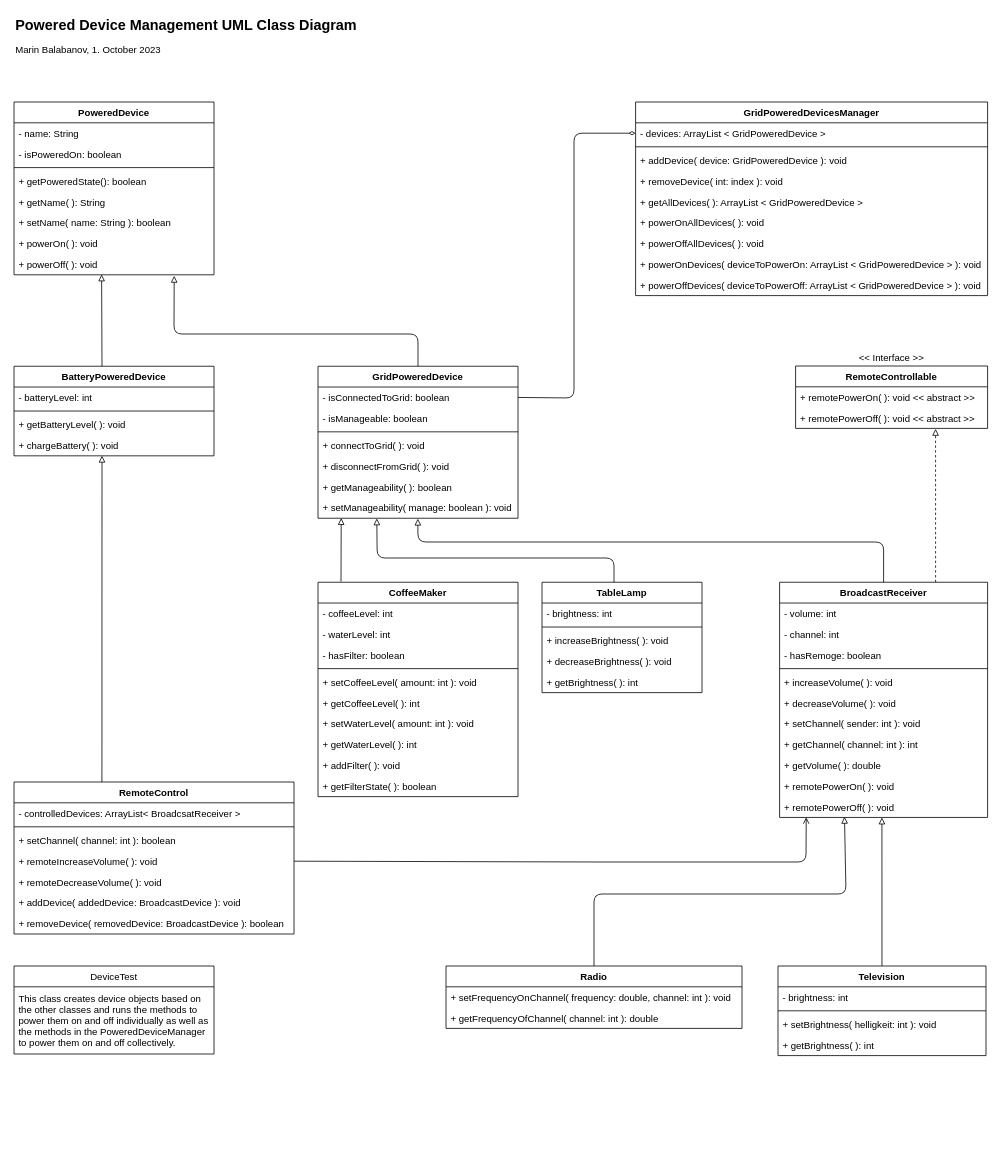
Earlier version of the draw.io diagram DevicesUML.drawio (mbalabanov/Devices). Source tidied: cells renumbered, new cells numbered last; positions are measured from the earlier drawing's top-left corner, leaving out a move shared by most shapes. Both pictures are drawn from the tidied source at 80%, with x=0, y=0 at pixel (14, 14).
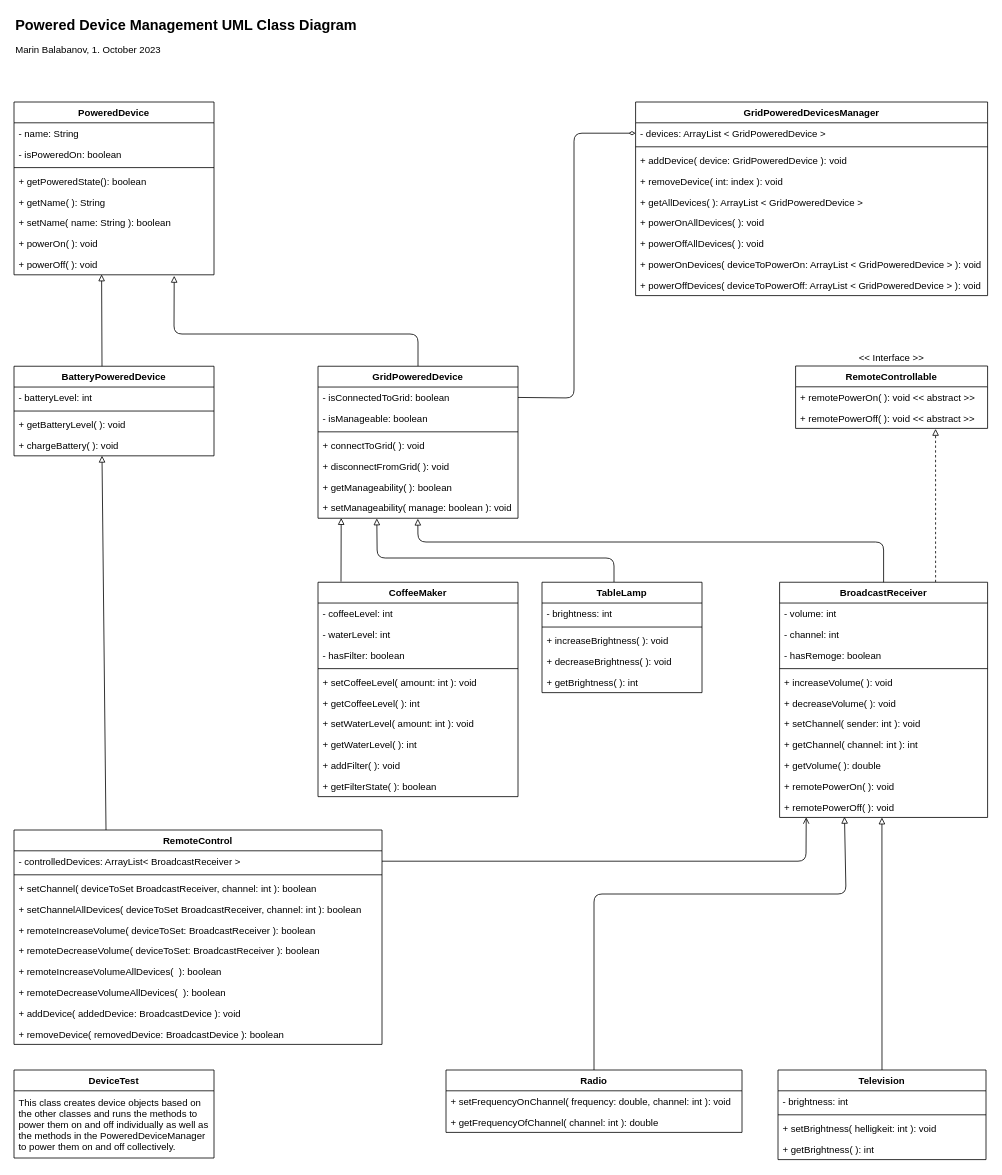
The same page after the edit.

Commit message (it also covers changes not shown here):
Adapts diagram

The change refers to these unchanged cells:
```xml
<mxCell id="33" value="+ remotePowerOff( ): void" style="text;strokeColor=none;fillColor=none;align=left;verticalAlign=top;spacingLeft=4;spacingRight=4;overflow=hidden;points=[[0,0.5],[1,0.5]];portConstraint=eastwest;" parent="22" vertex="1">
  <mxGeometry y="268" width="260" height="26" as="geometry" />
</mxCell>
<mxCell id="95" value="+ chargeBattery( ): void" style="text;strokeColor=none;fillColor=none;align=left;verticalAlign=top;spacingLeft=4;spacingRight=4;overflow=hidden;points=[[0,0.5],[1,0.5]];portConstraint=eastwest;" parent="91" vertex="1">
  <mxGeometry y="86" width="250" height="26" as="geometry" />
</mxCell>
```

The edit, as a diff of the source:
```diff
@@
     <mxCell id="12" value="Radio" style="swimlane;fontStyle=1;align=center;verticalAlign=top;horizontal=1;startSize=26;" parent="1" vertex="1">
-      <mxGeometry x="540" y="1190" width="370" height="78" as="geometry" />
+      <mxGeometry x="540" y="1320" width="370" height="78" as="geometry" />
     </mxCell>
@@
     <mxCell id="16" value="Television" style="swimlane;fontStyle=1;align=center;verticalAlign=top;horizontal=1;startSize=26;" parent="1" vertex="1">
-      <mxGeometry x="955" y="1190" width="260" height="112" as="geometry" />
+      <mxGeometry x="955" y="1320" width="260" height="112" as="geometry" />
     </mxCell>
@@
-    <mxCell id="71" style="edgeStyle=none;html=1;entryX=0.128;entryY=0.992;entryDx=0;entryDy=0;exitX=1;exitY=0.5;exitDx=0;exitDy=0;endArrow=open;endFill=0;entryPerimeter=0;" parent="1" edge="1" source="77" target="33">
+    <mxCell id="71" style="edgeStyle=none;html=1;entryX=0.128;entryY=0.992;entryDx=0;entryDy=0;exitX=1;exitY=0.5;exitDx=0;exitDy=0;endArrow=open;endFill=0;entryPerimeter=0;" parent="1" edge="1" source="74" target="33">
       <mxGeometry relative="1" as="geometry">
         <Array as="points">
-          <mxPoint x="730" y="1060" />
-          <mxPoint x="990" y="1060" />
+          <mxPoint x="990" y="1059" />
         </Array>
       </mxGeometry>
     </mxCell>
-    <mxCell id="72" style="edgeStyle=none;html=1;entryX=0.44;entryY=0.994;entryDx=0;entryDy=0;entryPerimeter=0;endArrow=block;endFill=0;exitX=0.314;exitY=0;exitDx=0;exitDy=0;exitPerimeter=0;" parent="1" edge="1" source="73" target="95">
+    <mxCell id="72" style="edgeStyle=none;html=1;entryX=0.44;entryY=0.994;entryDx=0;entryDy=0;entryPerimeter=0;endArrow=block;endFill=0;exitX=0.25;exitY=0;exitDx=0;exitDy=0;" parent="1" edge="1" source="73" target="95">
       <mxGeometry relative="1" as="geometry" />
     </mxCell>
     <mxCell id="73" value="RemoteControl" style="swimlane;fontStyle=1;align=center;verticalAlign=top;horizontal=1;startSize=26;" parent="1" vertex="1">
-      <mxGeometry y="960" width="350" height="190" as="geometry" />
+      <mxGeometry y="1020" width="460" height="268" as="geometry" />
     </mxCell>
-    <mxCell id="74" value="- controlledDevices: ArrayList&lt; BroadcsatReceiver &gt;" style="text;strokeColor=none;fillColor=none;align=left;verticalAlign=top;spacingLeft=4;spacingRight=4;overflow=hidden;points=[[0,0.5],[1,0.5]];portConstraint=eastwest;" parent="73" vertex="1">
-      <mxGeometry y="26" width="350" height="26" as="geometry" />
+    <mxCell id="74" value="- controlledDevices: ArrayList&lt; BroadcastReceiver &gt;" style="text;strokeColor=none;fillColor=none;align=left;verticalAlign=top;spacingLeft=4;spacingRight=4;overflow=hidden;points=[[0,0.5],[1,0.5]];portConstraint=eastwest;" parent="73" vertex="1">
+      <mxGeometry y="26" width="460" height="26" as="geometry" />
     </mxCell>
     <mxCell id="75" style="line;strokeWidth=1;fillColor=none;align=left;verticalAlign=middle;spacingTop=-1;spacingLeft=3;spacingRight=3;labelPosition=right;strokeColor=inherit;" parent="73" vertex="1">
-      <mxGeometry y="52" width="350" height="8" as="geometry" />
+      <mxGeometry y="52" width="460" height="8" as="geometry" />
     </mxCell>
-    <mxCell id="76" value="+ setChannel( channel: int ): boolean" style="text;strokeColor=none;fillColor=none;align=left;verticalAlign=top;spacingLeft=4;spacingRight=4;overflow=hidden;" parent="73" vertex="1">
-      <mxGeometry y="60" width="350" height="26" as="geometry" />
+    <mxCell id="76" value="+ setChannel( deviceToSet BroadcastReceiver, channel: int ): boolean" style="text;strokeColor=none;fillColor=none;align=left;verticalAlign=top;spacingLeft=4;spacingRight=4;overflow=hidden;" parent="73" vertex="1">
+      <mxGeometry y="60" width="460" height="26" as="geometry" />
     </mxCell>
+    <mxCell id="98" value="+ setChannelAllDevices( deviceToSet BroadcastReceiver, channel: int ): boolean" style="text;strokeColor=none;fillColor=none;align=left;verticalAlign=top;spacingLeft=4;spacingRight=4;overflow=hidden;" parent="73" vertex="1">
+      <mxGeometry y="86" width="460" height="26" as="geometry" />
+    </mxCell>
-    <mxCell id="77" value="+ remoteIncreaseVolume( ): void" style="text;strokeColor=none;fillColor=none;align=left;verticalAlign=top;spacingLeft=4;spacingRight=4;overflow=hidden;points=[[0,0.5],[1,0.5]];portConstraint=eastwest;" parent="73" vertex="1">
-      <mxGeometry y="86" width="350" height="26" as="geometry" />
+    <mxCell id="77" value="+ remoteIncreaseVolume( deviceToSet: BroadcastReceiver ): boolean" style="text;strokeColor=none;fillColor=none;align=left;verticalAlign=top;spacingLeft=4;spacingRight=4;overflow=hidden;points=[[0,0.5],[1,0.5]];portConstraint=eastwest;" parent="73" vertex="1">
+      <mxGeometry y="112" width="460" height="26" as="geometry" />
     </mxCell>
-    <mxCell id="78" value="+ remoteDecreaseVolume( ): void" style="text;strokeColor=none;fillColor=none;align=left;verticalAlign=top;spacingLeft=4;spacingRight=4;overflow=hidden;" parent="73" vertex="1">
-      <mxGeometry y="112" width="350" height="26" as="geometry" />
+    <mxCell id="78" value="+ remoteDecreaseVolume( deviceToSet: BroadcastReceiver ): boolean" style="text;strokeColor=none;fillColor=none;align=left;verticalAlign=top;spacingLeft=4;spacingRight=4;overflow=hidden;" parent="73" vertex="1">
+      <mxGeometry y="138" width="460" height="26" as="geometry" />
     </mxCell>
+    <mxCell id="99" value="+ remoteIncreaseVolumeAllDevices(  ): boolean" style="text;strokeColor=none;fillColor=none;align=left;verticalAlign=top;spacingLeft=4;spacingRight=4;overflow=hidden;" parent="73" vertex="1">
+      <mxGeometry y="164" width="460" height="26" as="geometry" />
+    </mxCell>
+    <mxCell id="100" value="+ remoteDecreaseVolumeAllDevices(  ): boolean" style="text;strokeColor=none;fillColor=none;align=left;verticalAlign=top;spacingLeft=4;spacingRight=4;overflow=hidden;" parent="73" vertex="1">
+      <mxGeometry y="190" width="460" height="26" as="geometry" />
+    </mxCell>
     <mxCell id="79" value="+ addDevice( addedDevice: BroadcastDevice ): void" style="text;strokeColor=none;fillColor=none;align=left;verticalAlign=top;spacingLeft=4;spacingRight=4;overflow=hidden;" parent="73" vertex="1">
-      <mxGeometry y="138" width="350" height="26" as="geometry" />
+      <mxGeometry y="216" width="460" height="26" as="geometry" />
     </mxCell>
     <mxCell id="80" value="+ removeDevice( removedDevice: BroadcastDevice ): boolean" style="text;strokeColor=none;fillColor=none;align=left;verticalAlign=top;spacingLeft=4;spacingRight=4;overflow=hidden;" parent="73" vertex="1">
-      <mxGeometry y="164" width="350" height="26" as="geometry" />
+      <mxGeometry y="242" width="460" height="26" as="geometry" />
     </mxCell>
@@
-    <mxCell id="96" value="DeviceTest" style="swimlane;fontStyle=0;horizontal=1;startSize=26;fillColor=none;" parent="1" vertex="1">
-      <mxGeometry y="1190" width="250" height="110" as="geometry" />
+    <mxCell id="96" value="DeviceTest" style="swimlane;fontStyle=1;horizontal=1;startSize=26;fillColor=none;" parent="1" vertex="1">
+      <mxGeometry y="1320" width="250" height="110" as="geometry" />
     </mxCell>
```
